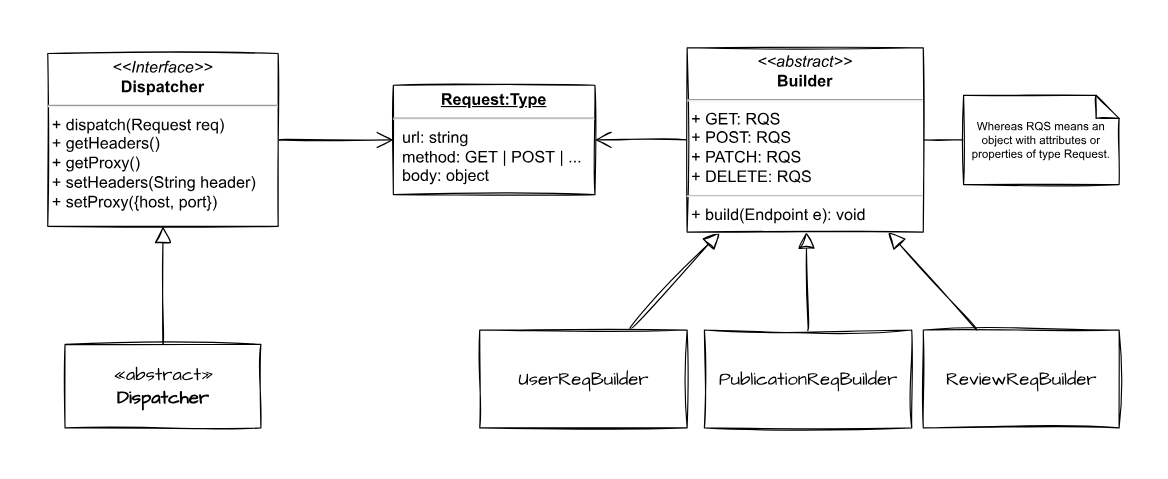
Mahmoud-Ehab/global-store keeps this draw.io diagram as frontend/docs/RequestDispatcher-ClassDiagram.svg. Above is the earlier version. Source tidied: cells renumbered, new cells last; positions are measured from the earlier drawing's top-left corner, leaving out a move shared by most shapes.
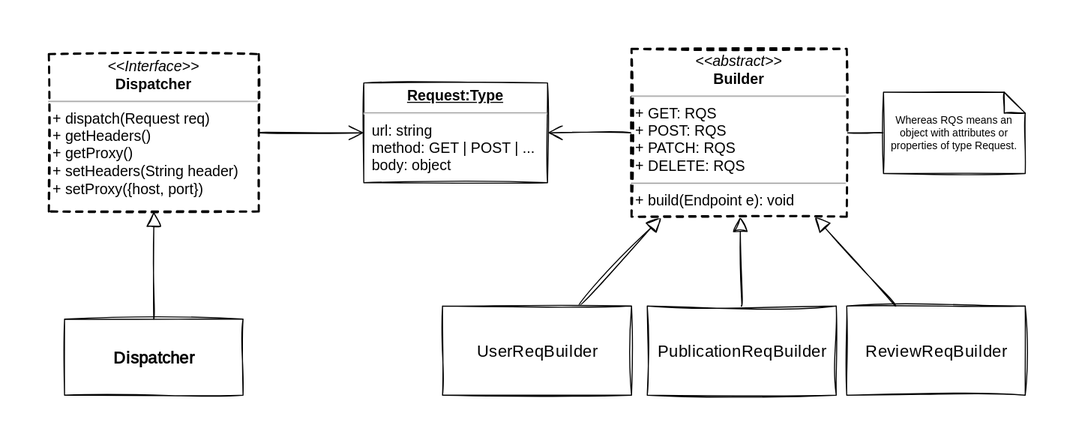
After the change.

Commit message:
RequestDispatcher diagram has a minor modification, and UIPainter final two diagram (ExternalDeps & ViewDrawer) have been added.

Change to the diagram source:
```diff
@@ -5,7 +5,7 @@
     <mxCell id="2" style="edgeStyle=orthogonalEdgeStyle;rounded=0;jettySize=auto;html=1;sketch=1;endSize=12;endArrow=open;endFill=0;fontSize=14;curved=1;" parent="1" edge="1" source="3" target="4">
       <mxGeometry relative="1" as="geometry" />
     </mxCell>
-    <mxCell id="3" value="&lt;p style=&quot;margin: 4px 0px 0px; text-align: center; font-size: 14px;&quot;&gt;&lt;i style=&quot;font-size: 14px;&quot;&gt;&amp;lt;&amp;lt;Interface&amp;gt;&amp;gt;&lt;/i&gt;&lt;br style=&quot;font-size: 14px;&quot;&gt;&lt;b style=&quot;font-size: 14px;&quot;&gt;Dispatcher&lt;/b&gt;&lt;/p&gt;&lt;hr style=&quot;font-size: 14px;&quot;&gt;&lt;p style=&quot;margin: 0px 0px 0px 4px; font-size: 14px;&quot;&gt;+ dispatch(Request req)&lt;/p&gt;&lt;p style=&quot;margin: 0px 0px 0px 4px; font-size: 14px;&quot;&gt;+ getHeaders()&lt;/p&gt;&lt;p style=&quot;margin: 0px 0px 0px 4px; font-size: 14px;&quot;&gt;+ getProxy()&lt;/p&gt;&lt;p style=&quot;margin: 0px 0px 0px 4px; font-size: 14px;&quot;&gt;+ setHeaders(String header)&lt;/p&gt;&lt;p style=&quot;margin: 0px 0px 0px 4px; font-size: 14px;&quot;&gt;+ setProxy({host, port})&lt;/p&gt;" style="verticalAlign=top;align=left;overflow=fill;fontSize=14;fontFamily=Helvetica;html=1;rounded=0;sketch=1;" parent="1" vertex="1">
+    <mxCell id="3" value="&lt;p style=&quot;margin: 4px 0px 0px; text-align: center; font-size: 14px;&quot;&gt;&lt;i style=&quot;font-size: 14px;&quot;&gt;&amp;lt;&amp;lt;Interface&amp;gt;&amp;gt;&lt;/i&gt;&lt;br style=&quot;font-size: 14px;&quot;&gt;&lt;b style=&quot;font-size: 14px;&quot;&gt;Dispatcher&lt;/b&gt;&lt;/p&gt;&lt;hr style=&quot;font-size: 14px;&quot;&gt;&lt;p style=&quot;margin: 0px 0px 0px 4px; font-size: 14px;&quot;&gt;+ dispatch(Request req)&lt;/p&gt;&lt;p style=&quot;margin: 0px 0px 0px 4px; font-size: 14px;&quot;&gt;+ getHeaders()&lt;/p&gt;&lt;p style=&quot;margin: 0px 0px 0px 4px; font-size: 14px;&quot;&gt;+ getProxy()&lt;/p&gt;&lt;p style=&quot;margin: 0px 0px 0px 4px; font-size: 14px;&quot;&gt;+ setHeaders(String header)&lt;/p&gt;&lt;p style=&quot;margin: 0px 0px 0px 4px; font-size: 14px;&quot;&gt;+ setProxy({host, port})&lt;/p&gt;" style="verticalAlign=top;align=left;overflow=fill;fontSize=14;fontFamily=Helvetica;html=1;rounded=0;sketch=1;dashed=1;strokeWidth=2;" parent="1" vertex="1">
       <mxGeometry y="5" width="200" height="150" as="geometry" />
     </mxCell>
     <mxCell id="4" value="&lt;p style=&quot;margin: 4px 0px 0px; text-align: center; text-decoration: underline; font-size: 14px;&quot;&gt;&lt;b style=&quot;font-size: 14px;&quot;&gt;Request:Type&lt;/b&gt;&lt;/p&gt;&lt;hr style=&quot;font-size: 14px;&quot;&gt;&lt;p style=&quot;margin: 0px 0px 0px 8px; font-size: 14px;&quot;&gt;url: string&lt;/p&gt;&lt;p style=&quot;margin: 0px 0px 0px 8px; font-size: 14px;&quot;&gt;method: GET | POST | ...&lt;/p&gt;&lt;p style=&quot;margin: 0px 0px 0px 8px; font-size: 14px;&quot;&gt;body: object&lt;/p&gt;" style="verticalAlign=top;align=left;overflow=fill;fontSize=14;fontFamily=Helvetica;html=1;rounded=0;sketch=1;" parent="1" vertex="1">
@@ -41,10 +41,10 @@
     <mxCell id="14" style="edgeStyle=none;rounded=0;sketch=1;hachureGap=4;jiggle=2;jettySize=auto;html=1;fontFamily=Architects Daughter;fontSource=https%3A%2F%2Ffonts.googleapis.com%2Fcss%3Ffamily%3DArchitects%2BDaughter;fontSize=16;endArrow=block;endFill=0;endSize=12;curved=1;" parent="1" edge="1" source="15" target="3">
       <mxGeometry relative="1" as="geometry" />
     </mxCell>
-    <mxCell id="15" value="«abstract»&lt;br&gt;&lt;b&gt;Dispatcher&lt;/b&gt;" style="html=1;sketch=1;hachureGap=4;jiggle=2;fontFamily=Architects Daughter;fontSource=https%3A%2F%2Ffonts.googleapis.com%2Fcss%3Ffamily%3DArchitects%2BDaughter;fontSize=16;" parent="1" vertex="1">
+    <mxCell id="15" value="&lt;b&gt;Dispatcher&lt;/b&gt;" style="html=1;sketch=1;hachureGap=4;jiggle=2;fontFamily=Architects Daughter;fontSource=https%3A%2F%2Ffonts.googleapis.com%2Fcss%3Ffamily%3DArchitects%2BDaughter;fontSize=16;" parent="1" vertex="1">
       <mxGeometry x="15" y="257.5" width="170" height="72.5" as="geometry" />
     </mxCell>
-    <mxCell id="16" value="&lt;p style=&quot;margin: 4px 0px 0px; text-align: center; font-size: 14px;&quot;&gt;&lt;i style=&quot;font-size: 14px;&quot;&gt;&amp;lt;&amp;lt;abstract&amp;gt;&amp;gt;&lt;/i&gt;&lt;br style=&quot;font-size: 14px;&quot;&gt;&lt;b style=&quot;font-size: 14px;&quot;&gt;Builder&lt;/b&gt;&lt;/p&gt;&lt;hr style=&quot;font-size: 14px;&quot;&gt;&lt;p style=&quot;margin: 0px 0px 0px 4px; font-size: 14px;&quot;&gt;+ GET: RQS&lt;br style=&quot;font-size: 14px;&quot;&gt;+ POST: RQS&lt;/p&gt;&lt;p style=&quot;margin: 0px 0px 0px 4px; font-size: 14px;&quot;&gt;+ PATCH: RQS&lt;/p&gt;&lt;p style=&quot;margin: 0px 0px 0px 4px; font-size: 14px;&quot;&gt;+ DELETE: RQS&lt;/p&gt;&lt;hr style=&quot;font-size: 14px;&quot;&gt;&lt;p style=&quot;margin: 0px 0px 0px 4px; font-size: 14px;&quot;&gt;+ build(Endpoint e): void&lt;br&gt;&lt;/p&gt;" style="verticalAlign=top;align=left;overflow=fill;fontSize=14;fontFamily=Helvetica;html=1;sketch=1;" parent="1" vertex="1">
+    <mxCell id="16" value="&lt;p style=&quot;margin: 4px 0px 0px; text-align: center; font-size: 14px;&quot;&gt;&lt;i style=&quot;font-size: 14px;&quot;&gt;&amp;lt;&amp;lt;abstract&amp;gt;&amp;gt;&lt;/i&gt;&lt;br style=&quot;font-size: 14px;&quot;&gt;&lt;b style=&quot;font-size: 14px;&quot;&gt;Builder&lt;/b&gt;&lt;/p&gt;&lt;hr style=&quot;font-size: 14px;&quot;&gt;&lt;p style=&quot;margin: 0px 0px 0px 4px; font-size: 14px;&quot;&gt;+ GET: RQS&lt;br style=&quot;font-size: 14px;&quot;&gt;+ POST: RQS&lt;/p&gt;&lt;p style=&quot;margin: 0px 0px 0px 4px; font-size: 14px;&quot;&gt;+ PATCH: RQS&lt;/p&gt;&lt;p style=&quot;margin: 0px 0px 0px 4px; font-size: 14px;&quot;&gt;+ DELETE: RQS&lt;/p&gt;&lt;hr style=&quot;font-size: 14px;&quot;&gt;&lt;p style=&quot;margin: 0px 0px 0px 4px; font-size: 14px;&quot;&gt;+ build(Endpoint e): void&lt;br&gt;&lt;/p&gt;" style="verticalAlign=top;align=left;overflow=fill;fontSize=14;fontFamily=Helvetica;html=1;sketch=1;dashed=1;strokeWidth=2;" parent="1" vertex="1">
       <mxGeometry x="555" width="205" height="160" as="geometry" />
     </mxCell>
   </root>
```
